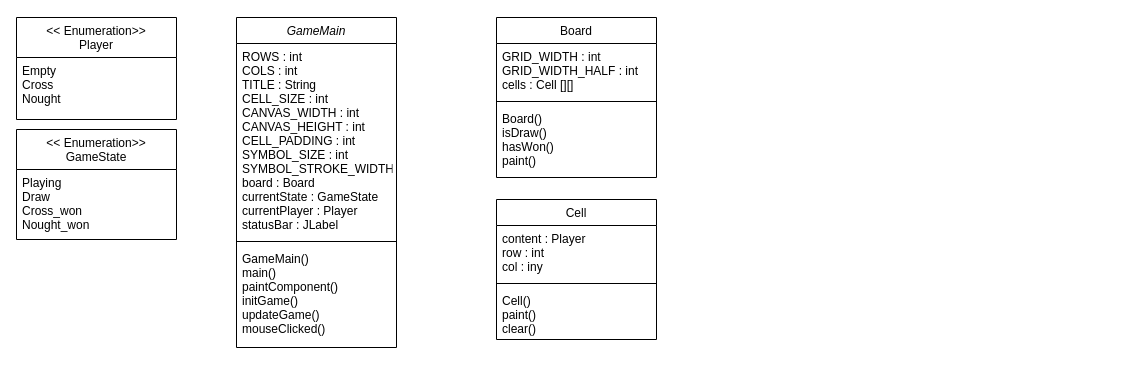
RHernandez44/TicTacToe keeps this draw.io diagram as Untitled Diagram.drawio. Above is the earlier version. Source tidied: cells renumbered, new cells numbered last; positions are measured from the earlier drawing's top-left corner, leaving out a move shared by most shapes. Both pictures are drawn from the tidied source at 100%, with x=0, y=0 at pixel (16, 17).
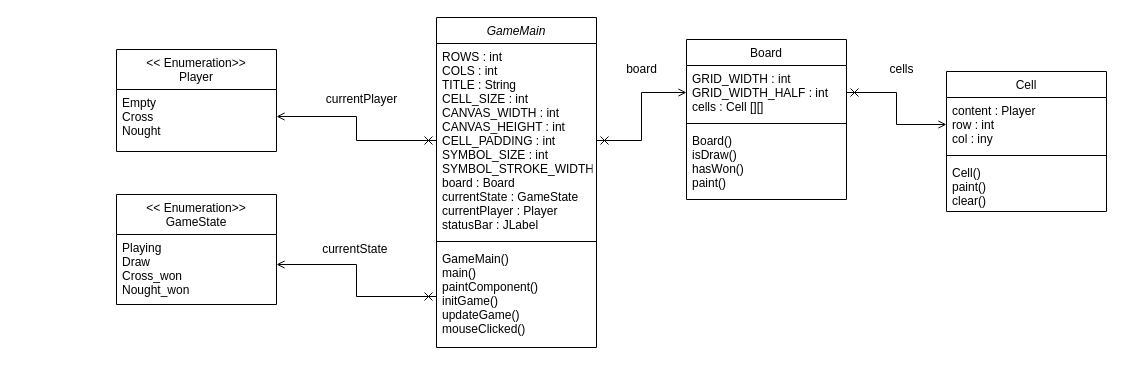
Above is the later version.

The change refers to these unchanged cells:
```xml
<mxCell id="3" value="ROWS : int&#10;COLS : int&#10;TITLE : String&#10;CELL_SIZE : int&#10;CANVAS_WIDTH : int&#10;CANVAS_HEIGHT : int&#10;CELL_PADDING : int&#10;SYMBOL_SIZE : int&#10;SYMBOL_STROKE_WIDTH : int&#10;board : Board&#10;currentState : GameState&#10;currentPlayer : Player&#10;statusBar : JLabel&#10;" style="text;align=left;verticalAlign=top;spacingLeft=4;spacingRight=4;overflow=hidden;points=[[0,0.5],[1,0.5]];portConstraint=eastwest;" parent="2" vertex="1">
  <mxGeometry y="26" width="160" height="194" as="geometry" />
</mxCell>
<mxCell id="5" value="GameMain()&#10;main()&#10;paintComponent()&#10;initGame()&#10;updateGame()&#10;mouseClicked()&#10;" style="text;align=left;verticalAlign=top;spacingLeft=4;spacingRight=4;overflow=hidden;points=[[0,0.5],[1,0.5]];portConstraint=eastwest;" parent="2" vertex="1">
  <mxGeometry y="228" width="160" height="102" as="geometry" />
</mxCell>
<mxCell id="7" value="Playing&#10;Draw&#10;Cross_won&#10;Nought_won" style="text;align=left;verticalAlign=top;spacingLeft=4;spacingRight=4;overflow=hidden;points=[[0,0.5],[1,0.5]];portConstraint=eastwest;" parent="6" vertex="1">
  <mxGeometry y="40" width="160" height="60" as="geometry" />
</mxCell>
<mxCell id="9" value="GRID_WIDTH : int&#10;GRID_WIDTH_HALF : int&#10;cells : Cell [][]&#10;" style="text;align=left;verticalAlign=top;spacingLeft=4;spacingRight=4;overflow=hidden;points=[[0,0.5],[1,0.5]];portConstraint=eastwest;" parent="8" vertex="1">
  <mxGeometry y="26" width="160" height="54" as="geometry" />
</mxCell>
<mxCell id="15" value="content : Player&#10;row : int&#10;col : iny" style="text;align=left;verticalAlign=top;spacingLeft=4;spacingRight=4;overflow=hidden;points=[[0,0.5],[1,0.5]];portConstraint=eastwest;" parent="14" vertex="1">
  <mxGeometry y="26" width="160" height="54" as="geometry" />
</mxCell>
```

Change to the diagram source:
```diff
@@
     <mxCell id="2" value="GameMain" style="swimlane;fontStyle=2;align=center;verticalAlign=top;horizontal=1;startSize=26;rounded=0;shadow=0;strokeWidth=1;" parent="1" vertex="1">
-      <mxGeometry x="220" width="160" height="330" as="geometry" />
+      <mxGeometry x="420" width="160" height="330" as="geometry" />
     </mxCell>
@@
     <mxCell id="6" value="&lt;&lt; Enumeration&gt;&gt;&#10;GameState" style="swimlane;fontStyle=0;align=center;verticalAlign=top;horizontal=1;startSize=40;rounded=0;shadow=0;strokeWidth=1;" parent="1" vertex="1">
-      <mxGeometry y="112" width="160" height="110" as="geometry" />
+      <mxGeometry x="100" y="177" width="160" height="110" as="geometry" />
     </mxCell>
@@
+    <mxCell id="12" value="&lt;&lt; Enumeration&gt;&gt;&#10;Player" style="swimlane;fontStyle=0;align=center;verticalAlign=top;horizontal=1;startSize=40;rounded=0;shadow=0;strokeWidth=1;" parent="1" vertex="1">
+      <mxGeometry x="100" y="32" width="160" height="102" as="geometry" />
+    </mxCell>
+    <mxCell id="13" value="Empty&#10;Cross&#10;Nought" style="text;align=left;verticalAlign=top;spacingLeft=4;spacingRight=4;overflow=hidden;points=[[0,0.5],[1,0.5]];portConstraint=eastwest;" parent="12" vertex="1">
+      <mxGeometry y="40" width="160" height="54" as="geometry" />
+    </mxCell>
+    <mxCell id="18" value="&lt;span style=&quot;text-align: left&quot;&gt;currentState&amp;nbsp;&lt;/span&gt;" style="text;html=1;align=center;verticalAlign=middle;strokeColor=none;fillColor=none;" parent="1" vertex="1">
+      <mxGeometry x="300" y="222" width="80" height="20" as="geometry" />
+    </mxCell>
     <mxCell id="8" value="Board" style="swimlane;fontStyle=0;align=center;verticalAlign=top;horizontal=1;startSize=26;rounded=0;shadow=0;strokeWidth=1;" parent="1" vertex="1">
-      <mxGeometry x="480" width="160" height="160" as="geometry" />
+      <mxGeometry x="670" y="22" width="160" height="160" as="geometry" />
     </mxCell>
@@
-    <mxCell id="10" style="line;html=1;strokeWidth=1;align=left;verticalAlign=middle;spacingTop=-1;spacingLeft=3;spacingRight=3;labelPosition=right;" parent="8" vertex="1">
-      <mxGeometry y="80" width="160" height="8" as="geometry" />
-    </mxCell>
+    <mxCell id="19" style="line;html=1;strokeWidth=1;align=left;verticalAlign=middle;spacingTop=-1;spacingLeft=3;spacingRight=3;labelPosition=right;" parent="8" vertex="1">
+      <mxGeometry y="80" width="160" height="8" as="geometry" />
+    </mxCell>
@@
-    <mxCell id="12" value="&lt;&lt; Enumeration&gt;&gt;&#10;Player" style="swimlane;fontStyle=0;align=center;verticalAlign=top;horizontal=1;startSize=40;rounded=0;shadow=0;strokeWidth=1;" parent="1" vertex="1">
-      <mxGeometry width="160" height="102" as="geometry" />
-    </mxCell>
-    <mxCell id="13" value="Empty&#10;Cross&#10;Nought" style="text;align=left;verticalAlign=top;spacingLeft=4;spacingRight=4;overflow=hidden;points=[[0,0.5],[1,0.5]];portConstraint=eastwest;" parent="12" vertex="1">
-      <mxGeometry y="40" width="160" height="54" as="geometry" />
-    </mxCell>
     <mxCell id="14" value="Cell" style="swimlane;fontStyle=0;align=center;verticalAlign=top;horizontal=1;startSize=26;rounded=0;shadow=0;strokeWidth=1;" parent="1" vertex="1">
-      <mxGeometry x="480" y="182" width="160" height="140" as="geometry" />
+      <mxGeometry x="930" y="54" width="160" height="140" as="geometry" />
     </mxCell>
@@
-    <mxCell id="16" style="line;html=1;strokeWidth=1;align=left;verticalAlign=middle;spacingTop=-1;spacingLeft=3;spacingRight=3;labelPosition=right;" parent="14" vertex="1">
-      <mxGeometry y="80" width="160" height="8" as="geometry" />
-    </mxCell>
+    <mxCell id="20" style="line;html=1;strokeWidth=1;align=left;verticalAlign=middle;spacingTop=-1;spacingLeft=3;spacingRight=3;labelPosition=right;" parent="14" vertex="1">
+      <mxGeometry y="80" width="160" height="8" as="geometry" />
+    </mxCell>
@@
+    <mxCell id="21" value="&lt;span style=&quot;text-align: left&quot;&gt;currentPlayer&lt;/span&gt;" style="text;html=1;align=center;verticalAlign=middle;strokeColor=none;fillColor=none;" parent="1" vertex="1">
+      <mxGeometry x="300" y="72" width="90" height="20" as="geometry" />
+    </mxCell>
+    <mxCell id="22" value="&lt;span style=&quot;text-align: left&quot;&gt;board&lt;/span&gt;" style="text;html=1;align=center;verticalAlign=middle;strokeColor=none;fillColor=none;" parent="1" vertex="1">
+      <mxGeometry x="600" y="42" width="50" height="20" as="geometry" />
+    </mxCell>
+    <mxCell id="23" style="edgeStyle=orthogonalEdgeStyle;rounded=0;jettySize=auto;html=1;exitX=1;exitY=0.5;exitDx=0;exitDy=0;entryX=0;entryY=0.5;entryDx=0;entryDy=0;startArrow=cross;startFill=0;endArrow=open;endFill=0;" parent="1" edge="1" source="3" target="9">
+      <mxGeometry relative="1" as="geometry" />
+    </mxCell>
+    <mxCell id="24" style="edgeStyle=orthogonalEdgeStyle;rounded=0;jettySize=auto;html=1;exitX=0;exitY=0.5;exitDx=0;exitDy=0;entryX=1;entryY=0.5;entryDx=0;entryDy=0;startArrow=cross;startFill=0;endArrow=open;endFill=0;" parent="1" edge="1" source="5" target="7">
+      <mxGeometry relative="1" as="geometry" />
+    </mxCell>
+    <mxCell id="25" style="edgeStyle=orthogonalEdgeStyle;rounded=0;jettySize=auto;html=1;startArrow=cross;startFill=0;endArrow=open;endFill=0;" parent="1" edge="1" source="3" target="13">
+      <mxGeometry relative="1" as="geometry" />
+    </mxCell>
+    <mxCell id="26" style="edgeStyle=orthogonalEdgeStyle;rounded=0;jettySize=auto;html=1;exitX=1;exitY=0.5;exitDx=0;exitDy=0;entryX=0;entryY=0.5;entryDx=0;entryDy=0;startArrow=cross;startFill=0;endArrow=open;endFill=0;" parent="1" edge="1" source="9" target="15">
+      <mxGeometry relative="1" as="geometry" />
+    </mxCell>
+    <mxCell id="27" value="&lt;span style=&quot;text-align: left&quot;&gt;cells&lt;/span&gt;" style="text;html=1;align=center;verticalAlign=middle;strokeColor=none;fillColor=none;" parent="1" vertex="1">
+      <mxGeometry x="865" y="42" width="40" height="20" as="geometry" />
+    </mxCell>
```
